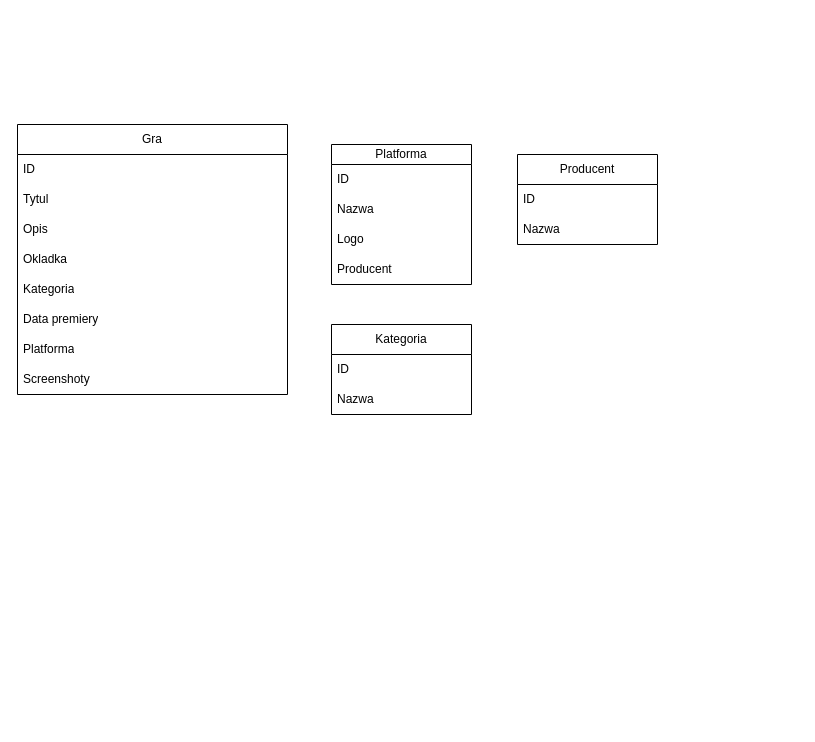
Earlier version of the draw.io diagram Diagram bez tytułu.drawio (ubidu/ubidu). Source tidied: cells renumbered, new cells numbered last; positions are measured from the earlier drawing's top-left corner, leaving out a move shared by most shapes. Both pictures are drawn from the tidied source at 100%, with x=0, y=0 at pixel (17, 124).
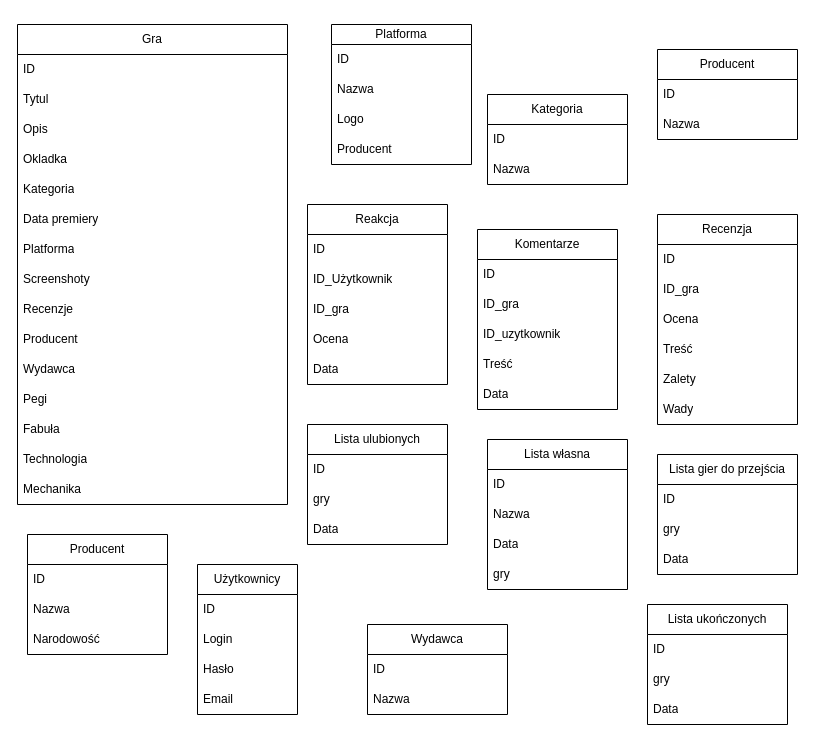
After the change.

What changed in the source:
```diff
@@
     <mxCell id="2" value="Gra" style="swimlane;fontStyle=0;horizontal=1;startSize=30;whiteSpace=wrap;html=1;" parent="1" vertex="1">
-      <mxGeometry width="270" height="270" as="geometry" />
+      <mxGeometry y="-100" width="270" height="480" as="geometry" />
     </mxCell>
@@
+    <mxCell id="22" value="Recenzje" style="text;strokeColor=none;fillColor=none;align=left;verticalAlign=middle;spacingLeft=4;spacingRight=4;overflow=hidden;whiteSpace=wrap;html=1;" parent="2" vertex="1">
+      <mxGeometry y="270" width="270" height="30" as="geometry" />
+    </mxCell>
+    <mxCell id="23" value="Producent" style="text;strokeColor=none;fillColor=none;align=left;verticalAlign=middle;spacingLeft=4;spacingRight=4;overflow=hidden;whiteSpace=wrap;html=1;" parent="2" vertex="1">
+      <mxGeometry y="300" width="270" height="30" as="geometry" />
+    </mxCell>
+    <mxCell id="24" value="Wydawca&lt;br&gt;" style="text;strokeColor=none;fillColor=none;align=left;verticalAlign=middle;spacingLeft=4;spacingRight=4;overflow=hidden;whiteSpace=wrap;html=1;" parent="2" vertex="1">
+      <mxGeometry y="330" width="270" height="30" as="geometry" />
+    </mxCell>
+    <mxCell id="25" value="Pegi" style="text;strokeColor=none;fillColor=none;align=left;verticalAlign=middle;spacingLeft=4;spacingRight=4;overflow=hidden;whiteSpace=wrap;html=1;" parent="2" vertex="1">
+      <mxGeometry y="360" width="270" height="30" as="geometry" />
+    </mxCell>
+    <mxCell id="26" value="Fabuła" style="text;strokeColor=none;fillColor=none;align=left;verticalAlign=middle;spacingLeft=4;spacingRight=4;overflow=hidden;whiteSpace=wrap;html=1;" parent="2" vertex="1">
+      <mxGeometry y="390" width="270" height="30" as="geometry" />
+    </mxCell>
+    <mxCell id="27" value="Technologia" style="text;strokeColor=none;fillColor=none;align=left;verticalAlign=middle;spacingLeft=4;spacingRight=4;overflow=hidden;whiteSpace=wrap;html=1;" parent="2" vertex="1">
+      <mxGeometry y="420" width="270" height="30" as="geometry" />
+    </mxCell>
+    <mxCell id="28" value="Mechanika" style="text;strokeColor=none;fillColor=none;align=left;verticalAlign=middle;spacingLeft=4;spacingRight=4;overflow=hidden;whiteSpace=wrap;html=1;" parent="2" vertex="1">
+      <mxGeometry y="450" width="270" height="30" as="geometry" />
+    </mxCell>
+    <mxCell id="29" style="edgeStyle=orthogonalEdgeStyle;rounded=0;jettySize=auto;html=1;exitX=0.75;exitY=0;exitDx=0;exitDy=0;" parent="1" edge="1" source="11">
+      <mxGeometry relative="1" as="geometry">
+        <mxPoint x="425" y="-90" as="targetPoint" />
+      </mxGeometry>
+    </mxCell>
     <mxCell id="11" value="Platforma" style="swimlane;fontStyle=0;horizontal=1;startSize=20;whiteSpace=wrap;html=1;" parent="1" vertex="1">
-      <mxGeometry x="314" y="20" width="140" height="140" as="geometry" />
+      <mxGeometry x="314" y="-100" width="140" height="140" as="geometry" />
     </mxCell>
@@
     <mxCell id="16" value="Producent" style="swimlane;fontStyle=0;horizontal=1;startSize=30;whiteSpace=wrap;html=1;" parent="1" vertex="1">
-      <mxGeometry x="500" y="30" width="140" height="90" as="geometry" />
+      <mxGeometry x="640" y="-75" width="140" height="90" as="geometry" />
     </mxCell>
@@
     <mxCell id="19" value="Kategoria" style="swimlane;fontStyle=0;horizontal=1;startSize=30;whiteSpace=wrap;html=1;" parent="1" vertex="1">
-      <mxGeometry x="314" y="200" width="140" height="90" as="geometry" />
+      <mxGeometry x="470" y="-30" width="140" height="90" as="geometry" />
     </mxCell>
@@
+    <mxCell id="30" value="Recenzja" style="swimlane;fontStyle=0;horizontal=1;startSize=30;whiteSpace=wrap;html=1;" parent="1" vertex="1">
+      <mxGeometry x="640" y="90" width="140" height="210" as="geometry" />
+    </mxCell>
+    <mxCell id="31" value="ID" style="text;strokeColor=none;fillColor=none;align=left;verticalAlign=middle;spacingLeft=4;spacingRight=4;overflow=hidden;whiteSpace=wrap;html=1;" parent="30" vertex="1">
+      <mxGeometry y="30" width="140" height="30" as="geometry" />
+    </mxCell>
+    <mxCell id="32" value="ID_gra" style="text;strokeColor=none;fillColor=none;align=left;verticalAlign=middle;spacingLeft=4;spacingRight=4;overflow=hidden;whiteSpace=wrap;html=1;" parent="30" vertex="1">
+      <mxGeometry y="60" width="140" height="30" as="geometry" />
+    </mxCell>
+    <mxCell id="33" value="Ocena" style="text;strokeColor=none;fillColor=none;align=left;verticalAlign=middle;spacingLeft=4;spacingRight=4;overflow=hidden;whiteSpace=wrap;html=1;" parent="30" vertex="1">
+      <mxGeometry y="90" width="140" height="30" as="geometry" />
+    </mxCell>
+    <mxCell id="34" value="Treść" style="text;strokeColor=none;fillColor=none;align=left;verticalAlign=middle;spacingLeft=4;spacingRight=4;overflow=hidden;whiteSpace=wrap;html=1;" parent="30" vertex="1">
+      <mxGeometry y="120" width="140" height="30" as="geometry" />
+    </mxCell>
+    <mxCell id="35" value="Zalety" style="text;strokeColor=none;fillColor=none;align=left;verticalAlign=middle;spacingLeft=4;spacingRight=4;overflow=hidden;whiteSpace=wrap;html=1;" parent="30" vertex="1">
+      <mxGeometry y="150" width="140" height="30" as="geometry" />
+    </mxCell>
+    <mxCell id="36" value="Wady" style="text;strokeColor=none;fillColor=none;align=left;verticalAlign=middle;spacingLeft=4;spacingRight=4;overflow=hidden;whiteSpace=wrap;html=1;" parent="30" vertex="1">
+      <mxGeometry y="180" width="140" height="30" as="geometry" />
+    </mxCell>
+    <mxCell id="37" value="Reakcja" style="swimlane;fontStyle=0;horizontal=1;startSize=30;whiteSpace=wrap;html=1;" parent="1" vertex="1">
+      <mxGeometry x="290" y="80" width="140" height="180" as="geometry" />
+    </mxCell>
+    <mxCell id="38" value="ID" style="text;strokeColor=none;fillColor=none;align=left;verticalAlign=middle;spacingLeft=4;spacingRight=4;overflow=hidden;whiteSpace=wrap;html=1;" parent="37" vertex="1">
+      <mxGeometry y="30" width="140" height="30" as="geometry" />
+    </mxCell>
+    <mxCell id="39" value="ID_Użytkownik" style="text;strokeColor=none;fillColor=none;align=left;verticalAlign=middle;spacingLeft=4;spacingRight=4;overflow=hidden;whiteSpace=wrap;html=1;" parent="37" vertex="1">
+      <mxGeometry y="60" width="140" height="30" as="geometry" />
+    </mxCell>
+    <mxCell id="40" value="ID_gra" style="text;strokeColor=none;fillColor=none;align=left;verticalAlign=middle;spacingLeft=4;spacingRight=4;overflow=hidden;whiteSpace=wrap;html=1;" parent="37" vertex="1">
+      <mxGeometry y="90" width="140" height="30" as="geometry" />
+    </mxCell>
+    <mxCell id="41" value="Ocena" style="text;strokeColor=none;fillColor=none;align=left;verticalAlign=middle;spacingLeft=4;spacingRight=4;overflow=hidden;whiteSpace=wrap;html=1;" parent="37" vertex="1">
+      <mxGeometry y="120" width="140" height="30" as="geometry" />
+    </mxCell>
+    <mxCell id="42" value="Data" style="text;strokeColor=none;fillColor=none;align=left;verticalAlign=middle;spacingLeft=4;spacingRight=4;overflow=hidden;whiteSpace=wrap;html=1;" parent="37" vertex="1">
+      <mxGeometry y="150" width="140" height="30" as="geometry" />
+    </mxCell>
+    <mxCell id="43" value="Komentarze" style="swimlane;fontStyle=0;horizontal=1;startSize=30;whiteSpace=wrap;html=1;" parent="1" vertex="1">
+      <mxGeometry x="460" y="105" width="140" height="180" as="geometry" />
+    </mxCell>
+    <mxCell id="44" value="ID" style="text;strokeColor=none;fillColor=none;align=left;verticalAlign=middle;spacingLeft=4;spacingRight=4;overflow=hidden;whiteSpace=wrap;html=1;" parent="43" vertex="1">
+      <mxGeometry y="30" width="140" height="30" as="geometry" />
+    </mxCell>
+    <mxCell id="45" value="ID_gra" style="text;strokeColor=none;fillColor=none;align=left;verticalAlign=middle;spacingLeft=4;spacingRight=4;overflow=hidden;whiteSpace=wrap;html=1;" parent="43" vertex="1">
+      <mxGeometry y="60" width="140" height="30" as="geometry" />
+    </mxCell>
+    <mxCell id="46" value="ID_uzytkownik" style="text;strokeColor=none;fillColor=none;align=left;verticalAlign=middle;spacingLeft=4;spacingRight=4;overflow=hidden;whiteSpace=wrap;html=1;" parent="43" vertex="1">
+      <mxGeometry y="90" width="140" height="30" as="geometry" />
+    </mxCell>
+    <mxCell id="47" value="Treść" style="text;strokeColor=none;fillColor=none;align=left;verticalAlign=middle;spacingLeft=4;spacingRight=4;overflow=hidden;whiteSpace=wrap;html=1;" parent="43" vertex="1">
+      <mxGeometry y="120" width="140" height="30" as="geometry" />
+    </mxCell>
+    <mxCell id="48" value="Data" style="text;strokeColor=none;fillColor=none;align=left;verticalAlign=middle;spacingLeft=4;spacingRight=4;overflow=hidden;whiteSpace=wrap;html=1;" parent="43" vertex="1">
+      <mxGeometry y="150" width="140" height="30" as="geometry" />
+    </mxCell>
+    <mxCell id="49" value="Producent" style="swimlane;fontStyle=0;horizontal=1;startSize=30;whiteSpace=wrap;html=1;" parent="1" vertex="1">
+      <mxGeometry x="10" y="410" width="140" height="120" as="geometry" />
+    </mxCell>
+    <mxCell id="50" value="ID" style="text;strokeColor=none;fillColor=none;align=left;verticalAlign=middle;spacingLeft=4;spacingRight=4;overflow=hidden;whiteSpace=wrap;html=1;" parent="49" vertex="1">
+      <mxGeometry y="30" width="140" height="30" as="geometry" />
+    </mxCell>
+    <mxCell id="51" value="Nazwa" style="text;strokeColor=none;fillColor=none;align=left;verticalAlign=middle;spacingLeft=4;spacingRight=4;overflow=hidden;whiteSpace=wrap;html=1;" parent="49" vertex="1">
+      <mxGeometry y="60" width="140" height="30" as="geometry" />
+    </mxCell>
+    <mxCell id="52" value="Narodowość" style="text;strokeColor=none;fillColor=none;align=left;verticalAlign=middle;spacingLeft=4;spacingRight=4;overflow=hidden;whiteSpace=wrap;html=1;" parent="49" vertex="1">
+      <mxGeometry y="90" width="140" height="30" as="geometry" />
+    </mxCell>
+    <mxCell id="53" value="Wydawca" style="swimlane;fontStyle=0;horizontal=1;startSize=30;whiteSpace=wrap;html=1;" parent="1" vertex="1">
+      <mxGeometry x="350" y="500" width="140" height="90" as="geometry" />
+    </mxCell>
+    <mxCell id="54" value="ID" style="text;strokeColor=none;fillColor=none;align=left;verticalAlign=middle;spacingLeft=4;spacingRight=4;overflow=hidden;whiteSpace=wrap;html=1;" parent="53" vertex="1">
+      <mxGeometry y="30" width="140" height="30" as="geometry" />
+    </mxCell>
+    <mxCell id="55" value="Nazwa" style="text;strokeColor=none;fillColor=none;align=left;verticalAlign=middle;spacingLeft=4;spacingRight=4;overflow=hidden;whiteSpace=wrap;html=1;" parent="53" vertex="1">
+      <mxGeometry y="60" width="140" height="30" as="geometry" />
+    </mxCell>
+    <mxCell id="56" value="Użytkownicy" style="swimlane;fontStyle=0;horizontal=1;startSize=30;whiteSpace=wrap;html=1;" parent="1" vertex="1">
+      <mxGeometry x="180" y="440" width="100" height="150" as="geometry" />
+    </mxCell>
+    <mxCell id="57" value="ID" style="text;strokeColor=none;fillColor=none;align=left;verticalAlign=middle;spacingLeft=4;spacingRight=4;overflow=hidden;whiteSpace=wrap;html=1;" parent="56" vertex="1">
+      <mxGeometry y="30" width="100" height="30" as="geometry" />
+    </mxCell>
+    <mxCell id="58" value="Login" style="text;strokeColor=none;fillColor=none;align=left;verticalAlign=middle;spacingLeft=4;spacingRight=4;overflow=hidden;whiteSpace=wrap;html=1;" parent="56" vertex="1">
+      <mxGeometry y="60" width="100" height="30" as="geometry" />
+    </mxCell>
+    <mxCell id="59" value="Hasło" style="text;strokeColor=none;fillColor=none;align=left;verticalAlign=middle;spacingLeft=4;spacingRight=4;overflow=hidden;whiteSpace=wrap;html=1;" parent="56" vertex="1">
+      <mxGeometry y="90" width="100" height="30" as="geometry" />
+    </mxCell>
+    <mxCell id="60" value="Email" style="text;strokeColor=none;fillColor=none;align=left;verticalAlign=middle;spacingLeft=4;spacingRight=4;overflow=hidden;whiteSpace=wrap;html=1;" parent="56" vertex="1">
+      <mxGeometry y="120" width="100" height="30" as="geometry" />
+    </mxCell>
+    <mxCell id="61" value="Lista ulubionych" style="swimlane;fontStyle=0;horizontal=1;startSize=30;whiteSpace=wrap;html=1;" parent="1" vertex="1">
+      <mxGeometry x="290" y="300" width="140" height="120" as="geometry" />
+    </mxCell>
+    <mxCell id="62" value="ID" style="text;strokeColor=none;fillColor=none;align=left;verticalAlign=middle;spacingLeft=4;spacingRight=4;overflow=hidden;whiteSpace=wrap;html=1;" parent="61" vertex="1">
+      <mxGeometry y="30" width="140" height="30" as="geometry" />
+    </mxCell>
+    <mxCell id="63" value="gry" style="text;strokeColor=none;fillColor=none;align=left;verticalAlign=middle;spacingLeft=4;spacingRight=4;overflow=hidden;whiteSpace=wrap;html=1;" parent="61" vertex="1">
+      <mxGeometry y="60" width="140" height="30" as="geometry" />
+    </mxCell>
+    <mxCell id="64" value="Data" style="text;strokeColor=none;fillColor=none;align=left;verticalAlign=middle;spacingLeft=4;spacingRight=4;overflow=hidden;whiteSpace=wrap;html=1;" parent="61" vertex="1">
+      <mxGeometry y="90" width="140" height="30" as="geometry" />
+    </mxCell>
+    <mxCell id="65" value="Lista gier do przejścia" style="swimlane;fontStyle=0;horizontal=1;startSize=30;whiteSpace=wrap;html=1;" parent="1" vertex="1">
+      <mxGeometry x="640" y="330" width="140" height="120" as="geometry" />
+    </mxCell>
+    <mxCell id="66" value="ID" style="text;strokeColor=none;fillColor=none;align=left;verticalAlign=middle;spacingLeft=4;spacingRight=4;overflow=hidden;whiteSpace=wrap;html=1;" parent="65" vertex="1">
+      <mxGeometry y="30" width="140" height="30" as="geometry" />
+    </mxCell>
+    <mxCell id="67" value="gry" style="text;strokeColor=none;fillColor=none;align=left;verticalAlign=middle;spacingLeft=4;spacingRight=4;overflow=hidden;whiteSpace=wrap;html=1;" parent="65" vertex="1">
+      <mxGeometry y="60" width="140" height="30" as="geometry" />
+    </mxCell>
+    <mxCell id="68" value="Data" style="text;strokeColor=none;fillColor=none;align=left;verticalAlign=middle;spacingLeft=4;spacingRight=4;overflow=hidden;whiteSpace=wrap;html=1;" parent="65" vertex="1">
+      <mxGeometry y="90" width="140" height="30" as="geometry" />
+    </mxCell>
+    <mxCell id="69" value="Lista ukończonych" style="swimlane;fontStyle=0;horizontal=1;startSize=30;whiteSpace=wrap;html=1;" parent="1" vertex="1">
+      <mxGeometry x="630" y="480" width="140" height="120" as="geometry" />
+    </mxCell>
+    <mxCell id="70" value="ID" style="text;strokeColor=none;fillColor=none;align=left;verticalAlign=middle;spacingLeft=4;spacingRight=4;overflow=hidden;whiteSpace=wrap;html=1;" parent="69" vertex="1">
+      <mxGeometry y="30" width="140" height="30" as="geometry" />
+    </mxCell>
+    <mxCell id="71" value="gry" style="text;strokeColor=none;fillColor=none;align=left;verticalAlign=middle;spacingLeft=4;spacingRight=4;overflow=hidden;whiteSpace=wrap;html=1;" parent="69" vertex="1">
+      <mxGeometry y="60" width="140" height="30" as="geometry" />
+    </mxCell>
+    <mxCell id="72" value="Data" style="text;strokeColor=none;fillColor=none;align=left;verticalAlign=middle;spacingLeft=4;spacingRight=4;overflow=hidden;whiteSpace=wrap;html=1;" parent="69" vertex="1">
+      <mxGeometry y="90" width="140" height="30" as="geometry" />
+    </mxCell>
+    <mxCell id="73" value="Lista własna" style="swimlane;fontStyle=0;horizontal=1;startSize=30;whiteSpace=wrap;html=1;" parent="1" vertex="1">
+      <mxGeometry x="470" y="315" width="140" height="150" as="geometry" />
+    </mxCell>
+    <mxCell id="74" value="ID" style="text;strokeColor=none;fillColor=none;align=left;verticalAlign=middle;spacingLeft=4;spacingRight=4;overflow=hidden;whiteSpace=wrap;html=1;" parent="73" vertex="1">
+      <mxGeometry y="30" width="140" height="30" as="geometry" />
+    </mxCell>
+    <mxCell id="75" value="Nazwa" style="text;strokeColor=none;fillColor=none;align=left;verticalAlign=middle;spacingLeft=4;spacingRight=4;overflow=hidden;whiteSpace=wrap;html=1;" parent="73" vertex="1">
+      <mxGeometry y="60" width="140" height="30" as="geometry" />
+    </mxCell>
+    <mxCell id="76" value="Data" style="text;strokeColor=none;fillColor=none;align=left;verticalAlign=middle;spacingLeft=4;spacingRight=4;overflow=hidden;whiteSpace=wrap;html=1;" parent="73" vertex="1">
+      <mxGeometry y="90" width="140" height="30" as="geometry" />
+    </mxCell>
+    <mxCell id="77" value="gry" style="text;strokeColor=none;fillColor=none;align=left;verticalAlign=middle;spacingLeft=4;spacingRight=4;overflow=hidden;whiteSpace=wrap;html=1;" parent="73" vertex="1">
+      <mxGeometry y="120" width="140" height="30" as="geometry" />
+    </mxCell>
```
